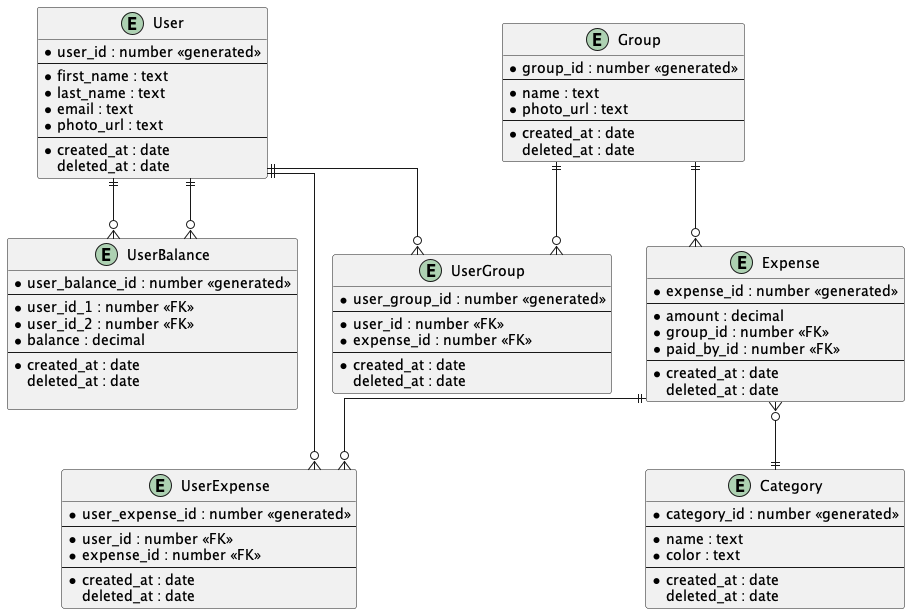
Earlier version of the PlantUML export diagrams/erd/erd.png (samuelgocnik/price-buddy).
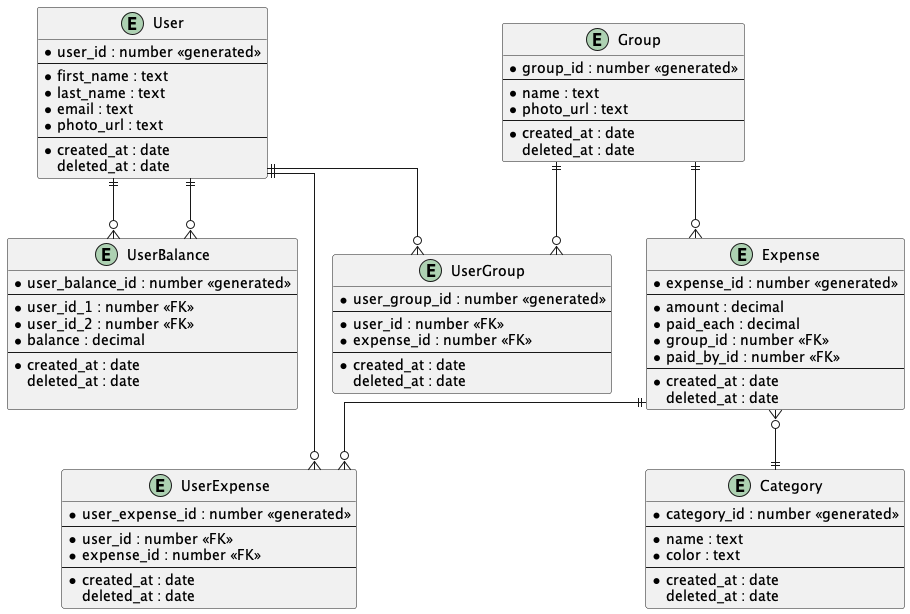
Above is the later version.

Commit message:
fix(erd): add paid_each field to expense

Diff of the diagram source:
```diff
@@ -38,6 +38,7 @@
   *expense_id : number <<generated>>
   --
   *amount : decimal
+  *paid_each : decimal
   *group_id : number <<FK>>
   *paid_by_id : number <<FK>>
   --
```
